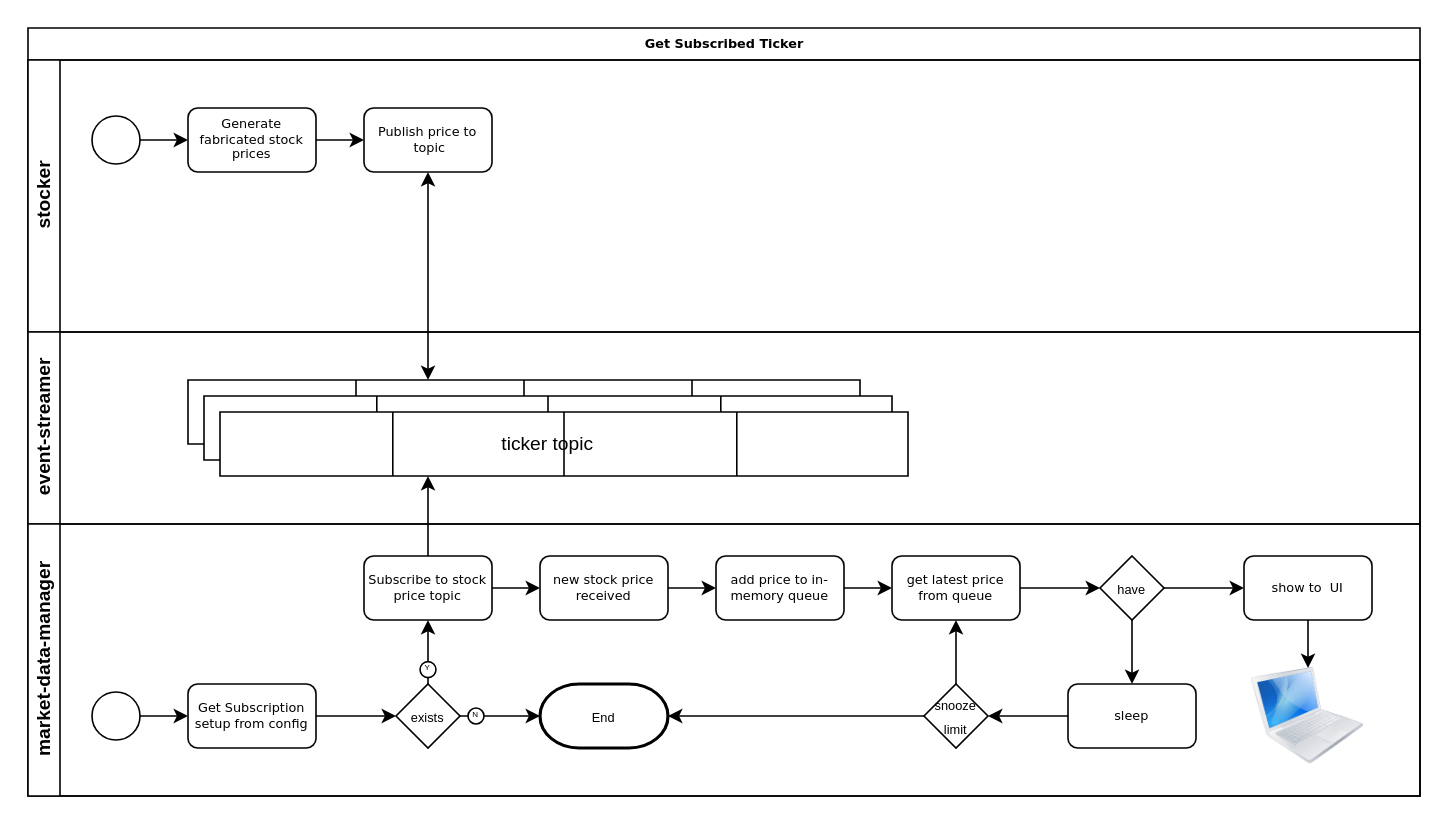
Before: market-data/StreamStocksToUI.drawio in RicardoVCDev/flowcharts, a draw.io diagram. Source tidied: cells renumbered, new cells numbered last; positions are measured from the earlier drawing's top-left corner, leaving out a move shared by most shapes. Both pictures are drawn from the tidied source at 160%, with x=0, y=0 at pixel (27, 27).
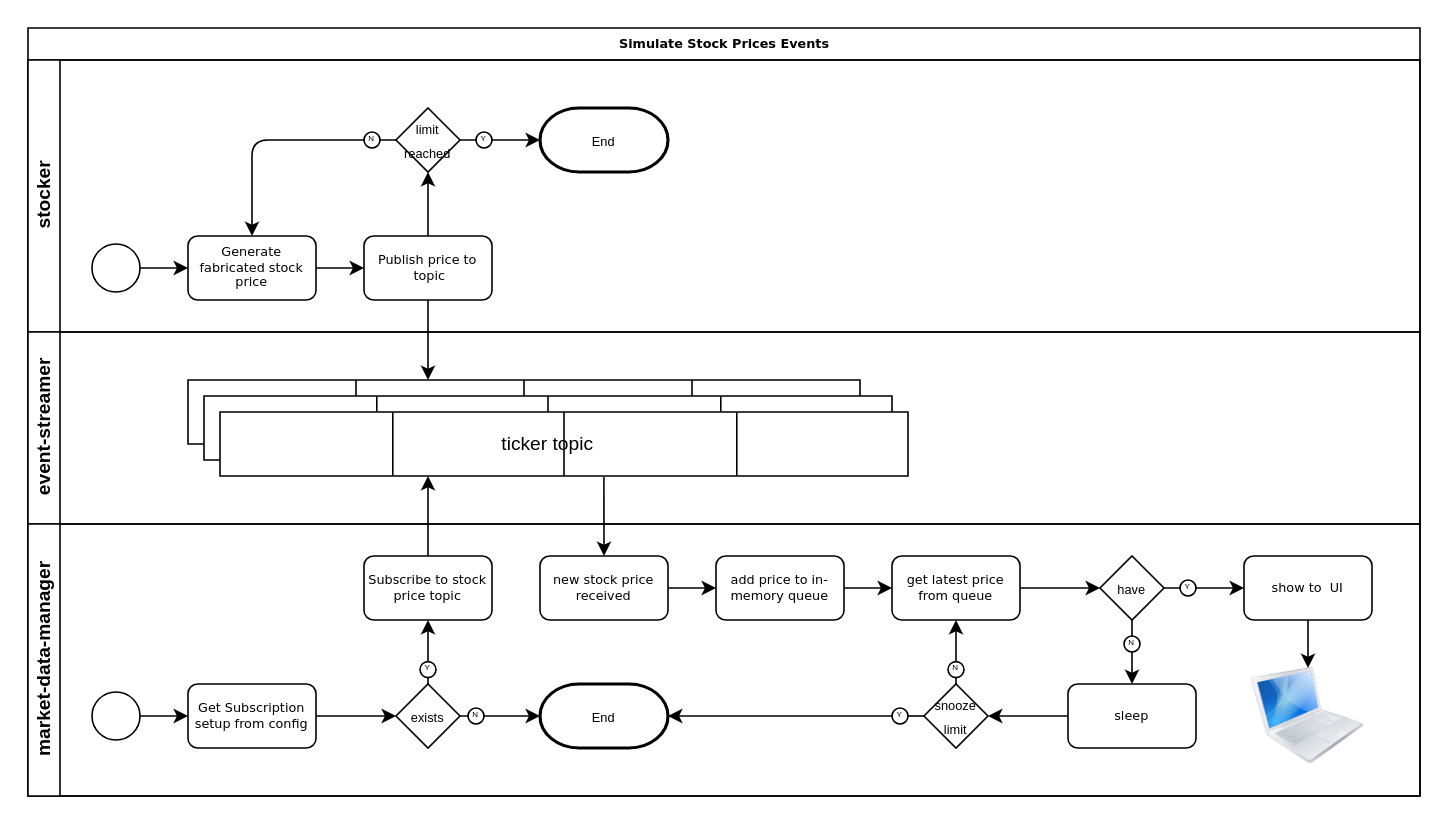
The same diagram, later.

Commit message:
Show limit check on stock simulation

Unchanged cells that the change refers to:
```xml
<mxCell id="3" value="stocker" style="swimlane;html=1;startSize=20;horizontal=0;" parent="2" vertex="1">
  <mxGeometry y="20" width="870" height="170" as="geometry" />
</mxCell>
<mxCell id="10" value="market-data-manager" style="swimlane;html=1;startSize=20;horizontal=0;" parent="2" vertex="1">
  <mxGeometry y="310" width="870" height="170" as="geometry" />
</mxCell>
<mxCell id="12" value="Subscribe to stock price topic" style="rounded=1;whiteSpace=wrap;html=1;shadow=0;labelBackgroundColor=none;strokeWidth=1;fontFamily=Verdana;fontSize=8;align=center;" parent="10" vertex="1">
  <mxGeometry x="210" y="20" width="80" height="40" as="geometry" />
</mxCell>
<mxCell id="13" value="new stock price received" style="rounded=1;whiteSpace=wrap;html=1;shadow=0;labelBackgroundColor=none;strokeWidth=1;fontFamily=Verdana;fontSize=8;align=center;" parent="10" vertex="1">
  <mxGeometry x="320" y="20" width="80" height="40" as="geometry" />
</mxCell>
<mxCell id="19" value="&lt;font style=&quot;font-size: 8px&quot;&gt;End&lt;/font&gt;" style="strokeWidth=2;html=1;shape=mxgraph.flowchart.terminator;whiteSpace=wrap;" parent="10" vertex="1">
  <mxGeometry x="320" y="100" width="80" height="40" as="geometry" />
</mxCell>
<mxCell id="28" value="&lt;font style=&quot;font-size: 8px&quot;&gt;snooze limit&lt;/font&gt;" style="rhombus;whiteSpace=wrap;html=1;" parent="10" vertex="1">
  <mxGeometry x="560" y="100" width="40" height="40" as="geometry" />
</mxCell>
<mxCell id="55" style="shape=partialRectangle;html=1;whiteSpace=wrap;fillColor=none;top=0;left=0;bottom=0;right=0;points=[[0,0.5],[1,0.5]];portConstraint=eastwest;" parent="54" vertex="1">
  <mxGeometry width="430" height="40" as="geometry" />
</mxCell>
```

Change to the diagram source:
```diff
@@
-    <mxCell id="2" value="Get Subscribed Ticker" style="swimlane;html=1;horizontal=1;startSize=20;rounded=0;shadow=0;labelBackgroundColor=none;strokeWidth=1;fontFamily=Verdana;fontSize=8;align=center;" parent="1" vertex="1">
+    <mxCell id="2" value="Simulate Stock Prices Events" style="swimlane;html=1;horizontal=1;startSize=20;rounded=0;shadow=0;labelBackgroundColor=none;strokeWidth=1;fontFamily=Verdana;fontSize=8;align=center;" parent="1" vertex="1">
       <mxGeometry width="870" height="480" as="geometry" />
     </mxCell>
@@
     <mxCell id="4" style="ellipse;whiteSpace=wrap;html=1;rounded=0;shadow=0;labelBackgroundColor=none;strokeWidth=1;fontFamily=Verdana;fontSize=8;align=center;" parent="3" vertex="1">
-      <mxGeometry x="40" y="35" width="30" height="30" as="geometry" />
+      <mxGeometry x="40" y="115" width="30" height="30" as="geometry" />
     </mxCell>
-    <mxCell id="5" value="Generate fabricated stock prices" style="rounded=1;whiteSpace=wrap;html=1;shadow=0;labelBackgroundColor=none;strokeWidth=1;fontFamily=Verdana;fontSize=8;align=center;" parent="3" vertex="1">
-      <mxGeometry x="100" y="30" width="80" height="40" as="geometry" />
+    <mxCell id="5" value="Generate fabricated stock price" style="rounded=1;whiteSpace=wrap;html=1;shadow=0;labelBackgroundColor=none;strokeWidth=1;fontFamily=Verdana;fontSize=8;align=center;" parent="3" vertex="1">
+      <mxGeometry x="100" y="110" width="80" height="40" as="geometry" />
     </mxCell>
@@
     <mxCell id="7" value="Publish price to &amp;nbsp;topic" style="rounded=1;whiteSpace=wrap;html=1;shadow=0;labelBackgroundColor=none;strokeWidth=1;fontFamily=Verdana;fontSize=8;align=center;" parent="3" vertex="1">
-      <mxGeometry x="210" y="30" width="80" height="40" as="geometry" />
+      <mxGeometry x="210" y="110" width="80" height="40" as="geometry" />
     </mxCell>
@@
+    <mxCell id="61" value="&lt;font style=&quot;font-size: 8px&quot;&gt;limit reached&lt;/font&gt;" style="rhombus;whiteSpace=wrap;html=1;" parent="3" vertex="1">
+      <mxGeometry x="230" y="30" width="40" height="40" as="geometry" />
+    </mxCell>
+    <mxCell id="62" value="&lt;font style=&quot;font-size: 8px&quot;&gt;End&lt;/font&gt;" style="strokeWidth=2;html=1;shape=mxgraph.flowchart.terminator;whiteSpace=wrap;" parent="3" vertex="1">
+      <mxGeometry x="320" y="30" width="80" height="40" as="geometry" />
+    </mxCell>
+    <mxCell id="63" style="endArrow=classic;html=1;exitX=0;exitY=0.5;exitDx=0;exitDy=0;entryX=0.5;entryY=0;entryDx=0;entryDy=0;" parent="3" edge="1" source="61" target="5">
+      <mxGeometry relative="1" as="geometry">
+        <Array as="points">
+          <mxPoint x="140" y="50" />
+        </Array>
+      </mxGeometry>
+    </mxCell>
+    <mxCell id="64" style="endArrow=classic;html=1;entryX=0.5;entryY=1;entryDx=0;entryDy=0;" parent="3" edge="1" target="61">
+      <mxGeometry relative="1" as="geometry">
+        <mxPoint x="250" y="110" as="sourcePoint" />
+      </mxGeometry>
+    </mxCell>
+    <mxCell id="65" style="endArrow=classic;html=1;exitX=1;exitY=0.5;exitDx=0;exitDy=0;entryX=0;entryY=0.5;entryDx=0;entryDy=0;entryPerimeter=0;" parent="3" edge="1" source="61" target="62">
+      <mxGeometry relative="1" as="geometry" />
+    </mxCell>
+    <mxCell id="66" value="&lt;div style=&quot;text-align: justify&quot;&gt;&lt;span style=&quot;font-size: 6px&quot;&gt;&lt;sup&gt;Y&lt;/sup&gt;&lt;/span&gt;&lt;/div&gt;" style="ellipse;whiteSpace=wrap;html=1;" parent="3" vertex="1">
+      <mxGeometry x="280" y="45" width="10" height="10" as="geometry" />
+    </mxCell>
+    <mxCell id="67" value="&lt;div style=&quot;text-align: justify&quot;&gt;&lt;span style=&quot;font-size: 6px&quot;&gt;&lt;sup&gt;N&lt;/sup&gt;&lt;/span&gt;&lt;/div&gt;" style="ellipse;whiteSpace=wrap;html=1;" parent="3" vertex="1">
+      <mxGeometry x="210" y="45" width="10" height="10" as="geometry" />
+    </mxCell>
@@
-    <mxCell id="29" style="endArrow=classic;html=1;entryX=1;entryY=0.5;entryDx=0;entryDy=0;entryPerimeter=0;exitX=0;exitY=0.5;exitDx=0;exitDy=0;" parent="10" edge="1" source="28" target="19">
+    <mxCell id="29" style="endArrow=classic;html=1;entryX=1;entryY=0.5;entryDx=0;entryDy=0;entryPerimeter=0;exitX=0;exitY=0.5;exitDx=0;exitDy=0;startArrow=none;" parent="10" edge="1" source="69" target="19">
       <mxGeometry relative="1" as="geometry" />
     </mxCell>
-    <mxCell id="30" style="endArrow=classic;html=1;exitX=1;exitY=0.5;exitDx=0;exitDy=0;entryX=0;entryY=0.5;entryDx=0;entryDy=0;" parent="10" edge="1" source="12" target="13">
-      <mxGeometry relative="1" as="geometry" />
-    </mxCell>
@@
-    <mxCell id="41" style="endArrow=classic;startArrow=classic;html=1;entryX=0.5;entryY=1;entryDx=0;entryDy=0;" parent="2" edge="1" target="7">
-      <mxGeometry relative="1" as="geometry">
-        <mxPoint x="250" y="220" as="sourcePoint" />
-      </mxGeometry>
-    </mxCell>
+    <mxCell id="68" value="&lt;div style=&quot;text-align: justify&quot;&gt;&lt;span style=&quot;font-size: 6px&quot;&gt;&lt;sup&gt;N&lt;/sup&gt;&lt;/span&gt;&lt;/div&gt;" style="ellipse;whiteSpace=wrap;html=1;" parent="10" vertex="1">
+      <mxGeometry x="575" y="86" width="10" height="10" as="geometry" />
+    </mxCell>
+    <mxCell id="69" value="&lt;div style=&quot;text-align: justify&quot;&gt;&lt;span style=&quot;font-size: 6px&quot;&gt;&lt;sup&gt;Y&lt;/sup&gt;&lt;/span&gt;&lt;/div&gt;" style="ellipse;whiteSpace=wrap;html=1;" parent="10" vertex="1">
+      <mxGeometry x="540" y="115" width="10" height="10" as="geometry" />
+    </mxCell>
+    <mxCell id="70" style="endArrow=none;html=1;entryX=1;entryY=0.5;entryDx=0;entryDy=0;entryPerimeter=0;exitX=0;exitY=0.5;exitDx=0;exitDy=0;" parent="10" edge="1" source="28" target="69">
+      <mxGeometry relative="1" as="geometry" />
+    </mxCell>
+    <mxCell id="71" value="&lt;div style=&quot;text-align: justify&quot;&gt;&lt;span style=&quot;font-size: 6px&quot;&gt;&lt;sup&gt;N&lt;/sup&gt;&lt;/span&gt;&lt;/div&gt;" style="ellipse;whiteSpace=wrap;html=1;" parent="10" vertex="1">
+      <mxGeometry x="685" y="70" width="10" height="10" as="geometry" />
+    </mxCell>
+    <mxCell id="72" value="&lt;div style=&quot;text-align: justify&quot;&gt;&lt;span style=&quot;font-size: 6px&quot;&gt;&lt;sup&gt;Y&lt;/sup&gt;&lt;/span&gt;&lt;/div&gt;" style="ellipse;whiteSpace=wrap;html=1;" parent="10" vertex="1">
+      <mxGeometry x="720" y="35" width="10" height="10" as="geometry" />
+    </mxCell>
@@
+    <mxCell id="73" style="endArrow=classic;html=1;exitX=0.5;exitY=1;exitDx=0;exitDy=0;" parent="1" edge="1" source="7">
+      <mxGeometry relative="1" as="geometry">
+        <mxPoint x="250" y="220" as="targetPoint" />
+      </mxGeometry>
+    </mxCell>
+    <mxCell id="30" style="endArrow=classic;html=1;entryX=0.5;entryY=0;entryDx=0;entryDy=0;exitX=0.558;exitY=1.013;exitDx=0;exitDy=0;exitPerimeter=0;" parent="1" edge="1" source="55" target="13">
+      <mxGeometry relative="1" as="geometry" />
+    </mxCell>
```
